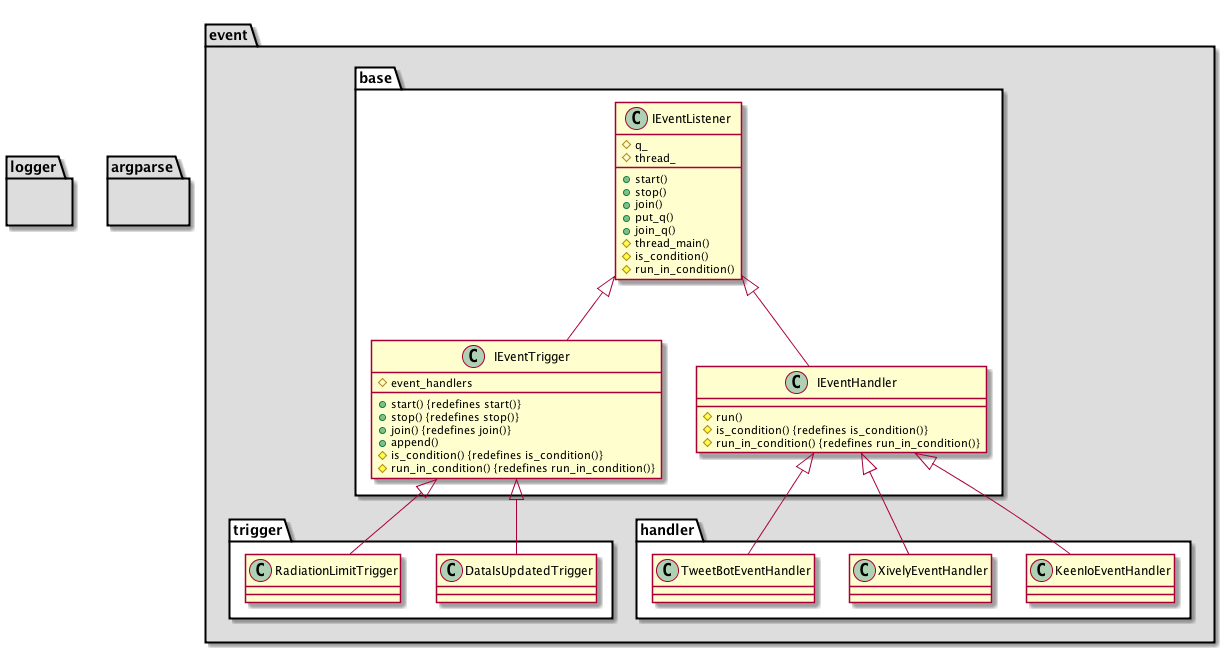
Above: doc/class.png in dodo5522/radiation_monitor (PlantUML), before the change.
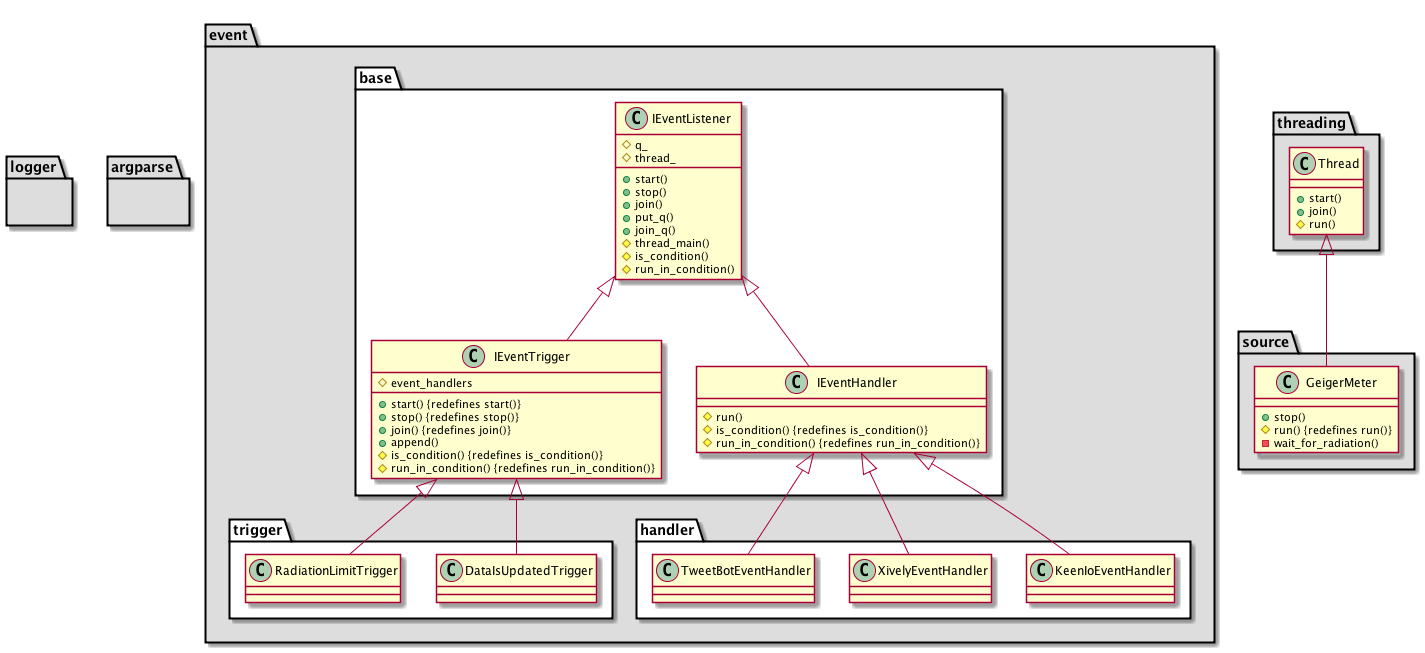
The same diagram one commit later.

Commit message:
Update class diagram for GeigerMeter.

The edit, as a diff of the source:
```diff
@@ -32,8 +32,7 @@
         IEventListener <|-- IEventTrigger
         IEventListener <|-- IEventHandler
     }
-
-    package trigger #FFFFFF {
+package trigger #FFFFFF {
         class DataIsUpdatedTrigger {
         }
         class RadiationLimitTrigger {
@@ -57,6 +56,24 @@
     }
 }
 
+package threading #DDDDDD {
+    class Thread {
+        +start()
+        +join()
+        #run()
+    }
+}
+
+package source #DDDDDD {
+    class GeigerMeter {
+        +stop()
+        #run() {redefines run()}
+        -wait_for_radiation()
+    }
+
+    Thread <|-- GeigerMeter
+}
+
 package logger #DDDDDD {
 }
 
```
